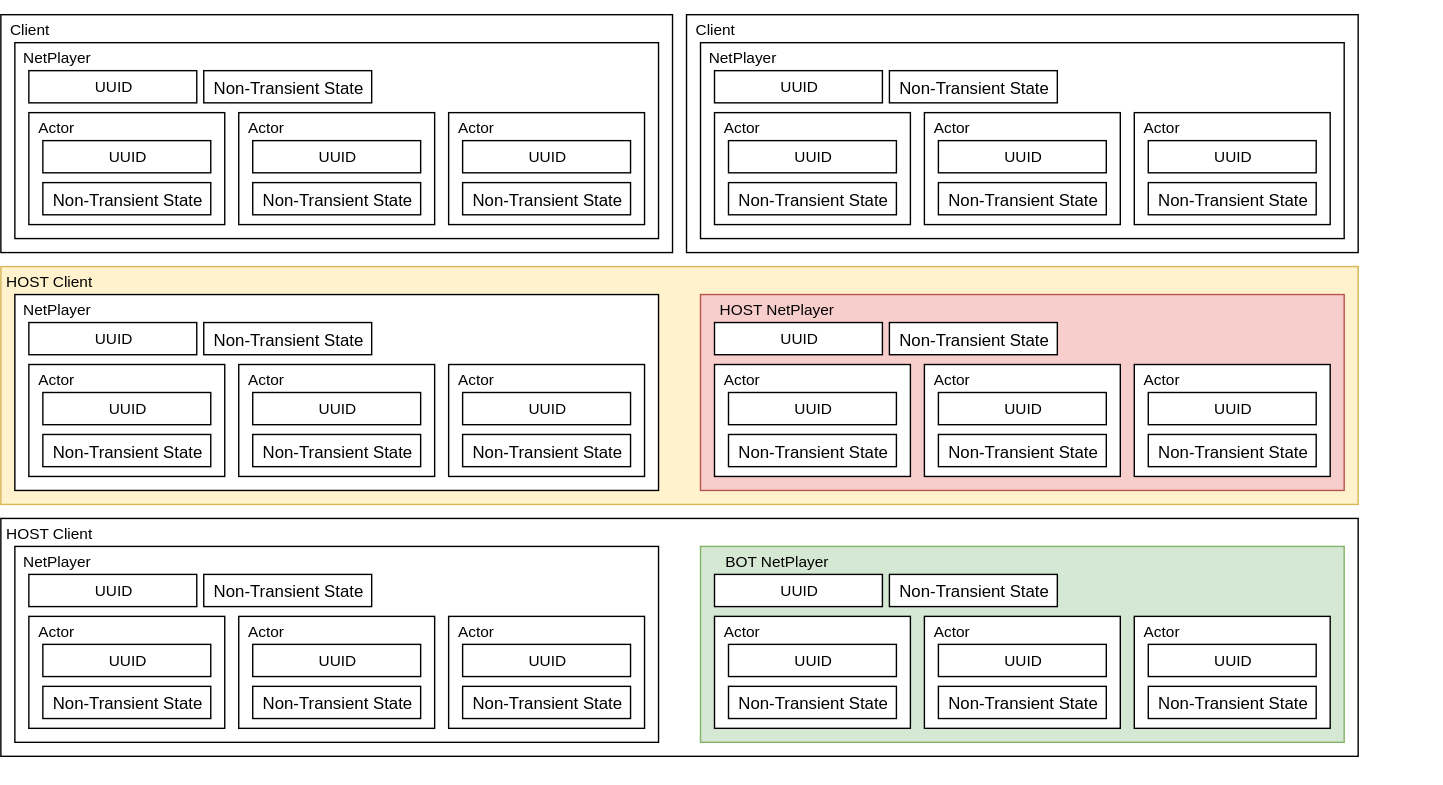
Earlier version of the draw.io export doc/TopLevelDiagram.svg (Flynnn/ReActorNet). Source tidied: cells renumbered, new cells last; positions are measured from the earlier drawing's top-left corner, leaving out a move shared by most shapes.
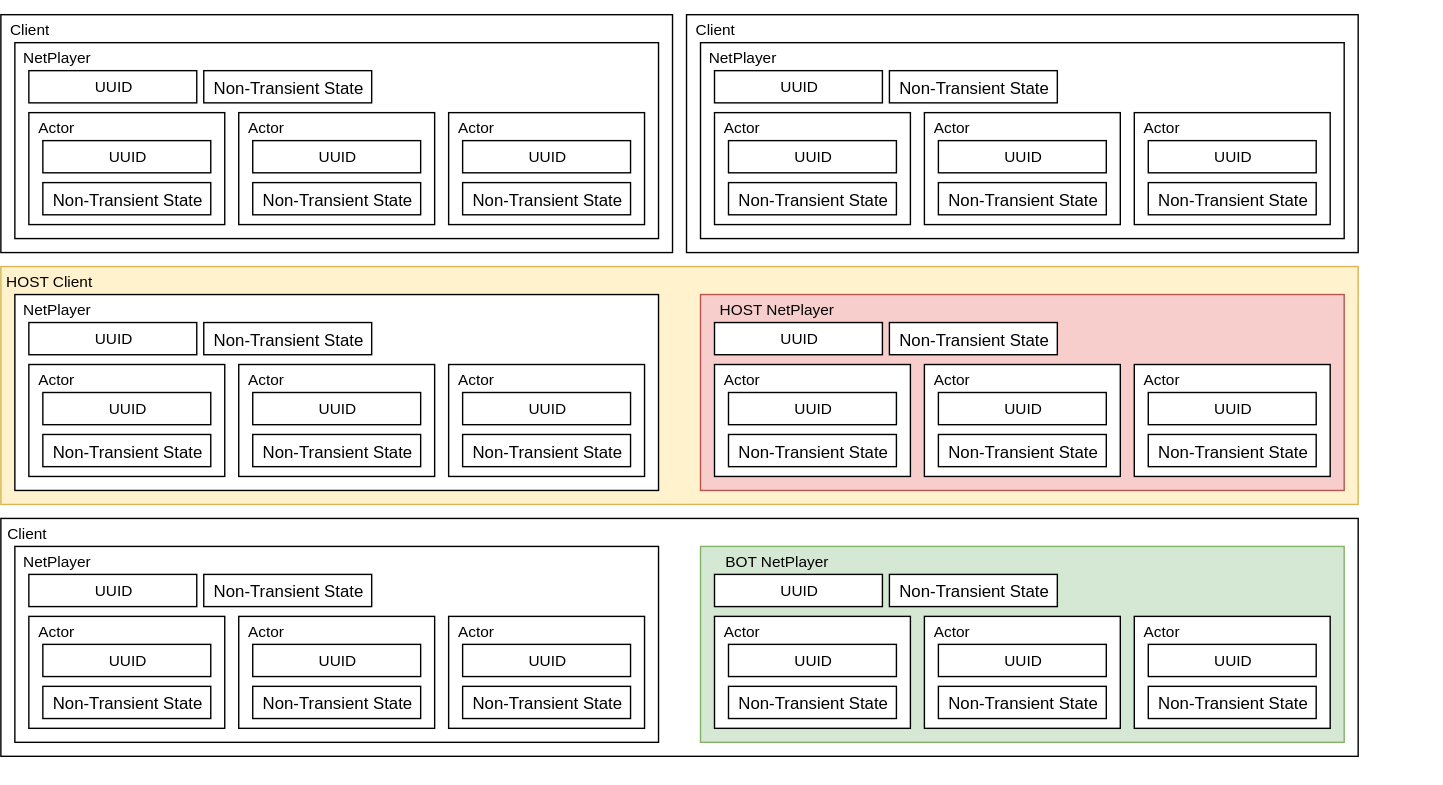
After the change.

Commit message:
Update breakdown diagram

What changed in the source:
```diff
@@ -305,7 +305,7 @@
     <mxCell id="102" style="rounded=0;whiteSpace=wrap;html=1;fontSize=11;" parent="1" vertex="1">
       <mxGeometry y="370" width="970" height="170" as="geometry" />
     </mxCell>
-    <mxCell id="103" value="HOST Client" style="text;html=1;strokeColor=none;fillColor=none;align=center;verticalAlign=middle;whiteSpace=wrap;rounded=0;fontSize=11;" parent="1" vertex="1">
+    <mxCell id="103" value="&amp;nbsp;Client" style="text;html=1;strokeColor=none;fillColor=none;align=left;verticalAlign=middle;whiteSpace=wrap;rounded=0;fontSize=11;" parent="1" vertex="1">
       <mxGeometry y="370" width="70" height="20" as="geometry" />
     </mxCell>
     <mxCell id="104" style="group;" parent="1" vertex="1">
```
